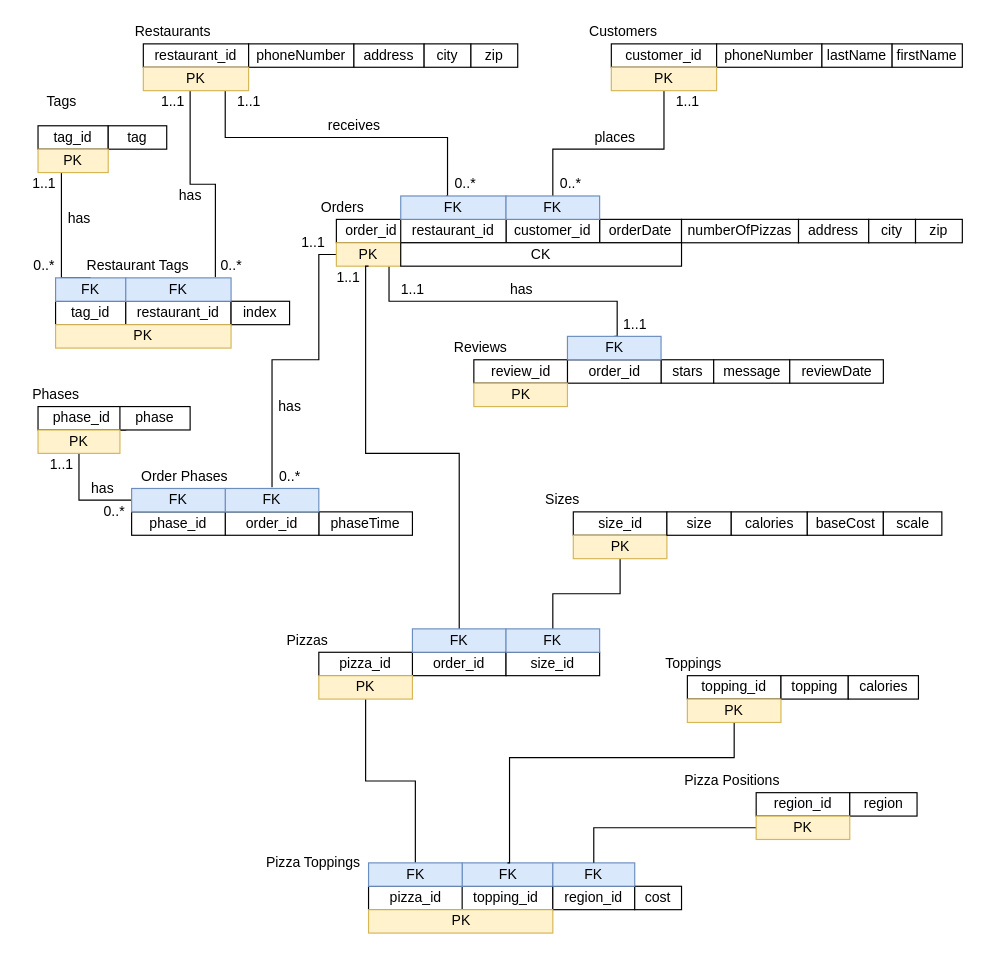
The draw.io diagram Prooject2_CECS_323_Relation_Scheme.drawio in JosephRice22/CECS323, before the edit. Source tidied: cells renumbered, new cells numbered last; positions are measured from the earlier drawing's top-left corner, leaving out a move shared by most shapes. Both pictures are drawn from the tidied source at 117%, with x=0, y=0 at pixel (20, 20).
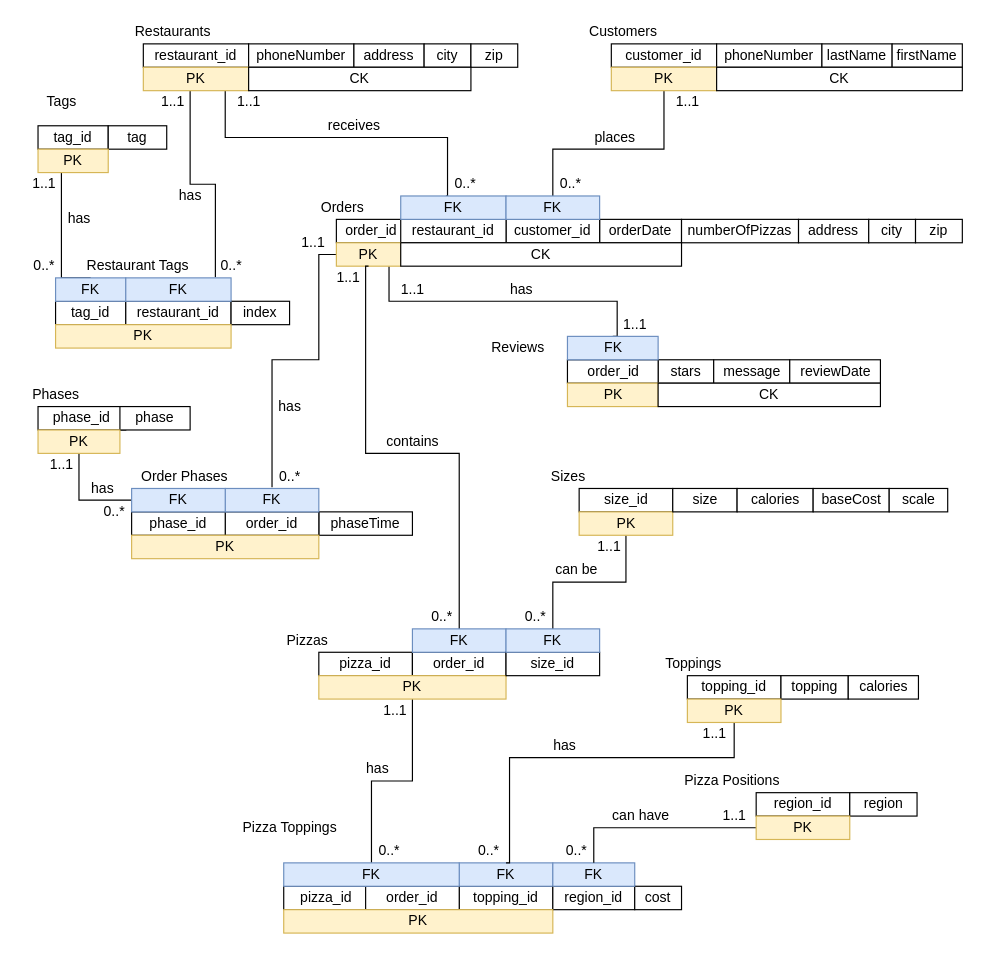
Above is the later version.

Change to the diagram source:
```diff
@@
+    <mxCell id="56" value="pizza_id" style="rounded=0;whiteSpace=wrap;html=1;" parent="1" vertex="1">
+      <mxGeometry x="255" y="540" width="80" height="20" as="geometry" />
+    </mxCell>
@@
     <mxCell id="49" value="stars" style="rounded=0;whiteSpace=wrap;html=1;" parent="1" vertex="1">
-      <mxGeometry x="547.5" y="290" width="45" height="20" as="geometry" />
+      <mxGeometry x="545" y="290" width="47.5" height="20" as="geometry" />
     </mxCell>
     <mxCell id="50" value="order_id" style="rounded=0;whiteSpace=wrap;html=1;" parent="1" vertex="1">
-      <mxGeometry x="467.5" y="290" width="80" height="20" as="geometry" />
+      <mxGeometry x="467.5" y="290" width="77.5" height="20" as="geometry" />
     </mxCell>
-    <mxCell id="51" value="review_id" style="rounded=0;whiteSpace=wrap;html=1;" parent="1" vertex="1">
-      <mxGeometry x="387.5" y="290" width="80" height="20" as="geometry" />
-    </mxCell>
     <mxCell id="52" value="FK" style="rounded=0;whiteSpace=wrap;html=1;fillColor=#dae8fc;strokeColor=#6c8ebf;" parent="1" vertex="1">
-      <mxGeometry x="467.5" y="270" width="80" height="20" as="geometry" />
+      <mxGeometry x="467.5" y="270" width="77.5" height="20" as="geometry" />
     </mxCell>
     <mxCell id="53" value="PK" style="rounded=0;whiteSpace=wrap;html=1;fillColor=#fff2cc;strokeColor=#d6b656;" parent="1" vertex="1">
-      <mxGeometry x="387.5" y="310" width="80" height="20" as="geometry" />
+      <mxGeometry x="467.5" y="310" width="77.5" height="20" as="geometry" />
     </mxCell>
@@
-    <mxCell id="56" value="pizza_id" style="rounded=0;whiteSpace=wrap;html=1;" parent="1" vertex="1">
-      <mxGeometry x="255" y="540" width="80" height="20" as="geometry" />
-    </mxCell>
@@
     <mxCell id="60" value="PK" style="rounded=0;whiteSpace=wrap;html=1;fillColor=#fff2cc;strokeColor=#d6b656;" parent="1" vertex="1">
-      <mxGeometry x="255" y="560" width="80" height="20" as="geometry" />
+      <mxGeometry x="255" y="560" width="160" height="20" as="geometry" />
     </mxCell>
     <mxCell id="61" value="reviewDate" style="rounded=0;whiteSpace=wrap;html=1;" parent="1" vertex="1">
-      <mxGeometry x="657.5" y="290" width="80" height="20" as="geometry" />
+      <mxGeometry x="657.5" y="290" width="77.5" height="20" as="geometry" />
     </mxCell>
@@
     <mxCell id="67" value="Reviews" style="text;html=1;align=center;verticalAlign=middle;strokeColor=none;fillColor=none;" parent="1" vertex="1">
-      <mxGeometry x="362.5" y="270" width="60" height="20" as="geometry" />
+      <mxGeometry x="395" y="270" width="60" height="20" as="geometry" />
     </mxCell>
@@
     <mxCell id="71" value="size_id" style="rounded=0;whiteSpace=wrap;html=1;" parent="1" vertex="1">
-      <mxGeometry x="472.5" y="420" width="80" height="20" as="geometry" />
+      <mxGeometry x="477.5" y="400" width="80" height="20" as="geometry" />
     </mxCell>
@@
     <mxCell id="73" value="PK" style="rounded=0;whiteSpace=wrap;html=1;fillColor=#fff2cc;strokeColor=#d6b656;" parent="1" vertex="1">
-      <mxGeometry x="472.5" y="440" width="80" height="20" as="geometry" />
+      <mxGeometry x="477.5" y="420" width="80" height="20" as="geometry" />
     </mxCell>
     <mxCell id="74" value="Sizes" style="text;html=1;align=center;verticalAlign=middle;strokeColor=none;fillColor=none;" parent="1" vertex="1">
-      <mxGeometry x="442.5" y="400" width="40" height="20" as="geometry" />
+      <mxGeometry x="447.5" y="380" width="40" height="20" as="geometry" />
     </mxCell>
     <mxCell id="75" value="size" style="rounded=0;whiteSpace=wrap;html=1;" parent="1" vertex="1">
-      <mxGeometry x="552.5" y="420" width="55" height="20" as="geometry" />
+      <mxGeometry x="557.5" y="400" width="55" height="20" as="geometry" />
     </mxCell>
     <mxCell id="76" value="calories" style="rounded=0;whiteSpace=wrap;html=1;" parent="1" vertex="1">
-      <mxGeometry x="607.5" y="420" width="65" height="20" as="geometry" />
+      <mxGeometry x="612.5" y="400" width="65" height="20" as="geometry" />
     </mxCell>
     <mxCell id="77" value="baseCost" style="rounded=0;whiteSpace=wrap;html=1;" parent="1" vertex="1">
-      <mxGeometry x="672.5" y="420" width="65" height="20" as="geometry" />
+      <mxGeometry x="677.5" y="400" width="65" height="20" as="geometry" />
     </mxCell>
+    <mxCell id="79" value="size_id" style="rounded=0;whiteSpace=wrap;html=1;" parent="1" vertex="1">
+      <mxGeometry x="415" y="540" width="80" height="20" as="geometry" />
+    </mxCell>
     <mxCell id="78" value="scale" style="rounded=0;whiteSpace=wrap;html=1;" parent="1" vertex="1">
-      <mxGeometry x="737.5" y="420" width="50" height="20" as="geometry" />
+      <mxGeometry x="742.5" y="400" width="50" height="20" as="geometry" />
     </mxCell>
-    <mxCell id="79" value="size_id" style="rounded=0;whiteSpace=wrap;html=1;" parent="1" vertex="1">
-      <mxGeometry x="415" y="540" width="80" height="20" as="geometry" />
-    </mxCell>
@@
     <mxCell id="103" value="pizza_id" style="rounded=0;whiteSpace=wrap;html=1;" parent="1" vertex="1">
-      <mxGeometry x="297.5" y="740" width="80" height="20" as="geometry" />
+      <mxGeometry x="225" y="740" width="72.5" height="20" as="geometry" />
     </mxCell>
     <mxCell id="104" value="FK" style="rounded=0;whiteSpace=wrap;html=1;fillColor=#dae8fc;strokeColor=#6c8ebf;" parent="1" vertex="1">
-      <mxGeometry x="377.5" y="720" width="77.5" height="20" as="geometry" />
+      <mxGeometry x="375" y="720" width="80" height="20" as="geometry" />
     </mxCell>
@@
     <mxCell id="107" value="Pizza Toppings" style="text;html=1;align=center;verticalAlign=middle;strokeColor=none;fillColor=none;" parent="1" vertex="1">
-      <mxGeometry x="200" y="710" width="100" height="20" as="geometry" />
+      <mxGeometry x="180" y="680" width="100" height="20" as="geometry" />
     </mxCell>
-    <mxCell id="108" value="FK" style="rounded=0;whiteSpace=wrap;html=1;fillColor=#dae8fc;strokeColor=#6c8ebf;" parent="1" vertex="1">
-      <mxGeometry x="297.5" y="720" width="80" height="20" as="geometry" />
-    </mxCell>
@@
-    <mxCell id="116" value="PK" style="rounded=0;whiteSpace=wrap;html=1;fillColor=#fff2cc;strokeColor=#d6b656;" parent="1" vertex="1">
-      <mxGeometry x="297.5" y="760" width="157.5" height="20" as="geometry" />
-    </mxCell>
@@
+    <mxCell id="123" value="0..*" style="text;html=1;align=center;verticalAlign=middle;strokeColor=none;fillColor=none;" parent="1" vertex="1">
+      <mxGeometry x="345" y="500" width="30" height="20" as="geometry" />
+    </mxCell>
+    <mxCell id="124" value="contains" style="text;html=1;align=center;verticalAlign=middle;strokeColor=none;fillColor=none;" parent="1" vertex="1">
+      <mxGeometry x="305" y="350" width="60" height="20" as="geometry" />
+    </mxCell>
+    <mxCell id="125" value="PK" style="rounded=0;whiteSpace=wrap;html=1;fillColor=#fff2cc;strokeColor=#d6b656;" parent="1" vertex="1">
+      <mxGeometry x="95" y="440" width="160" height="20" as="geometry" />
+    </mxCell>
+    <mxCell id="126" value="0..*" style="text;html=1;align=center;verticalAlign=middle;strokeColor=none;fillColor=none;" parent="1" vertex="1">
+      <mxGeometry x="425" y="500" width="30" height="20" as="geometry" />
+    </mxCell>
+    <mxCell id="127" value="1..1" style="text;html=1;align=center;verticalAlign=middle;strokeColor=none;fillColor=none;" parent="1" vertex="1">
+      <mxGeometry x="482.5" y="440" width="40" height="20" as="geometry" />
+    </mxCell>
+    <mxCell id="128" value="order_id" style="rounded=0;whiteSpace=wrap;html=1;" parent="1" vertex="1">
+      <mxGeometry x="295" y="740" width="80" height="20" as="geometry" />
+    </mxCell>
+    <mxCell id="129" value="can be" style="text;html=1;align=center;verticalAlign=middle;strokeColor=none;fillColor=none;" parent="1" vertex="1">
+      <mxGeometry x="450" y="460" width="50" height="20" as="geometry" />
+    </mxCell>
+    <mxCell id="130" value="can have" style="text;html=1;align=center;verticalAlign=middle;strokeColor=none;fillColor=none;" parent="1" vertex="1">
+      <mxGeometry x="500" y="670" width="60" height="20" as="geometry" />
+    </mxCell>
+    <mxCell id="131" value="1..1" style="text;html=1;align=center;verticalAlign=middle;strokeColor=none;fillColor=none;" parent="1" vertex="1">
+      <mxGeometry x="590" y="670" width="40" height="20" as="geometry" />
+    </mxCell>
+    <mxCell id="132" value="1..1" style="text;html=1;align=center;verticalAlign=middle;strokeColor=none;fillColor=none;" parent="1" vertex="1">
+      <mxGeometry x="572.5" y="600" width="40" height="20" as="geometry" />
+    </mxCell>
+    <mxCell id="133" value="0..*" style="text;html=1;align=center;verticalAlign=middle;strokeColor=none;fillColor=none;" parent="1" vertex="1">
+      <mxGeometry x="460" y="700" width="30" height="20" as="geometry" />
+    </mxCell>
+    <mxCell id="134" value="0..*" style="text;html=1;align=center;verticalAlign=middle;strokeColor=none;fillColor=none;" parent="1" vertex="1">
+      <mxGeometry x="385" y="700" width="30" height="20" as="geometry" />
+    </mxCell>
+    <mxCell id="135" value="0..*" style="text;html=1;align=center;verticalAlign=middle;strokeColor=none;fillColor=none;" parent="1" vertex="1">
+      <mxGeometry x="300" y="700" width="30" height="20" as="geometry" />
+    </mxCell>
+    <mxCell id="136" value="1..1" style="text;html=1;align=center;verticalAlign=middle;strokeColor=none;fillColor=none;" parent="1" vertex="1">
+      <mxGeometry x="300" y="580" width="40" height="20" as="geometry" />
+    </mxCell>
+    <mxCell id="137" value="has" style="text;html=1;align=center;verticalAlign=middle;strokeColor=none;fillColor=none;" parent="1" vertex="1">
+      <mxGeometry x="285" y="630" width="40" height="20" as="geometry" />
+    </mxCell>
+    <mxCell id="138" value="has" style="text;html=1;align=center;verticalAlign=middle;strokeColor=none;fillColor=none;" parent="1" vertex="1">
+      <mxGeometry x="445" y="610" width="40" height="20" as="geometry" />
+    </mxCell>
+    <mxCell id="139" value="CK" style="rounded=0;whiteSpace=wrap;html=1;" parent="1" vertex="1">
+      <mxGeometry x="545" y="310" width="190" height="20" as="geometry" />
+    </mxCell>
+    <mxCell id="116" value="PK" style="rounded=0;whiteSpace=wrap;html=1;fillColor=#fff2cc;strokeColor=#d6b656;" parent="1" vertex="1">
+      <mxGeometry x="225" y="760" width="230" height="20" as="geometry" />
+    </mxCell>
+    <mxCell id="108" value="FK" style="rounded=0;whiteSpace=wrap;html=1;fillColor=#dae8fc;strokeColor=#6c8ebf;" parent="1" vertex="1">
+      <mxGeometry x="225" y="720" width="150" height="20" as="geometry" />
+    </mxCell>
+    <mxCell id="140" value="CK" style="rounded=0;whiteSpace=wrap;html=1;" parent="1" vertex="1">
+      <mxGeometry x="195" y="40" width="190" height="20" as="geometry" />
+    </mxCell>
+    <mxCell id="141" value="CK" style="rounded=0;whiteSpace=wrap;html=1;" parent="1" vertex="1">
+      <mxGeometry x="595" y="40" width="210" height="20" as="geometry" />
+    </mxCell>
```
